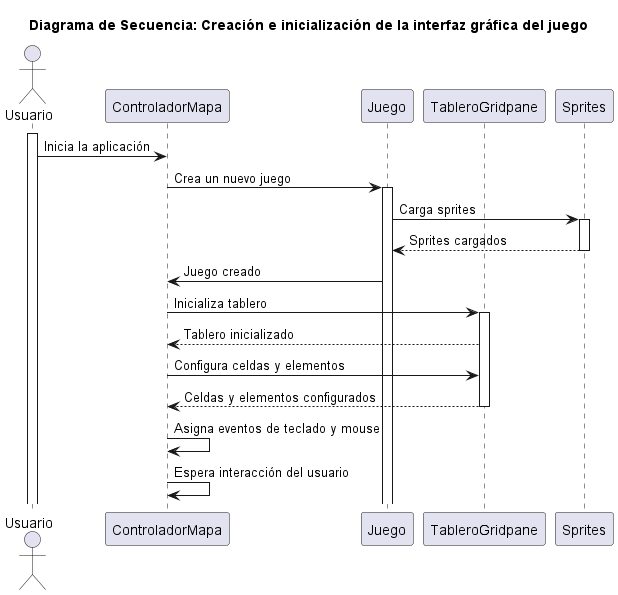
The PlantUML diagram doc/diagrama de secuencia mapa.png in FelipeAscencio/TP1_ParadigmasDeLaProgramacion, before a commit. Source of this version:
```plantuml
@startuml

title Diagrama de Secuencia: Creación e inicialización de la interfaz gráfica del juego

actor Usuario

participant "ControladorMapa" as Controlador
participant "Juego" as Juego
participant "TableroGridpane" as Tablero
participant "Sprites" as Sprites

activate Usuario
Usuario -> Controlador: Inicia la aplicación

Controlador -> Juego: Crea un nuevo juego
activate Juego
Juego -> Sprites: Carga sprites
activate Sprites
Sprites --> Juego: Sprites cargados
deactivate Sprites
Juego -> Controlador: Juego creado

Controlador -> Tablero: Inicializa tablero
activate Tablero
Tablero --> Controlador: Tablero inicializado
Controlador -> Tablero: Configura celdas y elementos
Tablero --> Controlador: Celdas y elementos configurados
deactivate Tablero

Controlador -> Controlador: Asigna eventos de teclado y mouse
Controlador -> Controlador: Espera interacción del usuario

@enduml
```
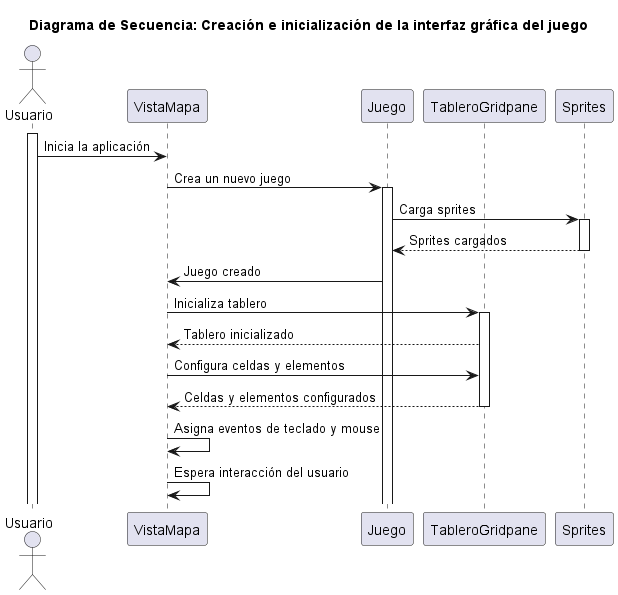
The same diagram one commit later.

Commit message:
Cambio de nombres de "Controladores" a "Vista" 1/2

Diff of the diagram source:
```diff
@@ -4,30 +4,30 @@
 
 actor Usuario
 
-participant "ControladorMapa" as Controlador
+participant "VistaMapa" as Vista
 participant "Juego" as Juego
 participant "TableroGridpane" as Tablero
 participant "Sprites" as Sprites
 
 activate Usuario
-Usuario -> Controlador: Inicia la aplicación
+Usuario -> Vista: Inicia la aplicación
 
-Controlador -> Juego: Crea un nuevo juego
+Vista -> Juego: Crea un nuevo juego
 activate Juego
 Juego -> Sprites: Carga sprites
 activate Sprites
 Sprites --> Juego: Sprites cargados
 deactivate Sprites
-Juego -> Controlador: Juego creado
+Juego -> Vista: Juego creado
 
-Controlador -> Tablero: Inicializa tablero
+Vista -> Tablero: Inicializa tablero
 activate Tablero
-Tablero --> Controlador: Tablero inicializado
-Controlador -> Tablero: Configura celdas y elementos
-Tablero --> Controlador: Celdas y elementos configurados
+Tablero --> Vista: Tablero inicializado
+Vista -> Tablero: Configura celdas y elementos
+Tablero --> Vista: Celdas y elementos configurados
 deactivate Tablero
 
-Controlador -> Controlador: Asigna eventos de teclado y mouse
-Controlador -> Controlador: Espera interacción del usuario
+Vista -> Vista: Asigna eventos de teclado y mouse
+Vista -> Vista: Espera interacción del usuario
 
 @enduml
```
